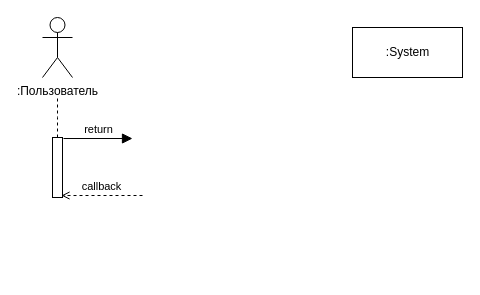
Above: page "Page-3" (3 of 3) of ПИС/ПИС_П/laba_2.2.drawio in ISMAKOVA/SEMESTR_5 (draw.io), before the change. Source tidied: cells renumbered, new cells numbered last; positions are measured from the earlier drawing's top-left corner, leaving out a move shared by most shapes. Both pictures are drawn from the tidied source at 100%, with x=0, y=0 at pixel (42, 17).
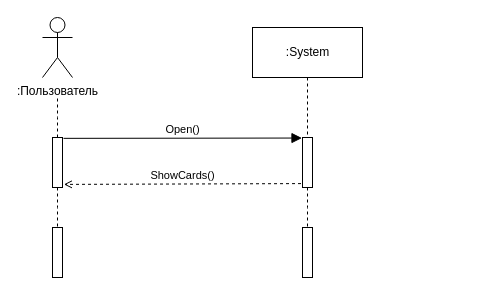
After the change.

Change to the diagram source:
```diff
@@
 <mxGraphModel>
   <root>
     <mxCell id="0" />
     <mxCell id="1" parent="0" />
     <mxCell id="2" value=":Пользователь" style="shape=umlActor;verticalLabelPosition=bottom;verticalAlign=top;html=1;" parent="1" vertex="1">
       <mxGeometry width="30" height="60" as="geometry" />
     </mxCell>
+    <mxCell id="8" style="edgeStyle=orthogonalEdgeStyle;rounded=0;jettySize=auto;html=1;entryX=0.5;entryY=0;entryDx=0;entryDy=0;entryPerimeter=0;endArrow=none;endFill=0;dashed=1;" parent="1" edge="1" source="3" target="11">
+      <mxGeometry relative="1" as="geometry" />
+    </mxCell>
     <mxCell id="3" value=":System" style="html=1;" parent="1" vertex="1">
-      <mxGeometry x="310" y="10" width="110" height="50" as="geometry" />
+      <mxGeometry x="210" y="10" width="110" height="50" as="geometry" />
     </mxCell>
     <mxCell id="4" style="edgeStyle=orthogonalEdgeStyle;rounded=0;jettySize=auto;html=1;dashed=1;endArrow=none;endFill=0;" parent="1" edge="1" source="5">
       <mxGeometry relative="1" as="geometry">
         <mxPoint x="15" y="80" as="targetPoint" />
       </mxGeometry>
     </mxCell>
+    <mxCell id="9" style="edgeStyle=orthogonalEdgeStyle;rounded=0;jettySize=auto;html=1;dashed=1;endArrow=none;endFill=0;" parent="1" edge="1" source="5">
+      <mxGeometry relative="1" as="geometry">
+        <mxPoint x="15" y="210" as="targetPoint" />
+      </mxGeometry>
+    </mxCell>
     <mxCell id="5" style="html=1;points=[];perimeter=orthogonalPerimeter;" parent="1" vertex="1">
-      <mxGeometry x="10" y="120" width="10" height="60" as="geometry" />
+      <mxGeometry x="10" y="120" width="10" height="50" as="geometry" />
     </mxCell>
-    <mxCell id="6" value="callback" style="html=1;verticalAlign=bottom;endArrow=open;entryX=0.9;entryY=0.967;dashed=1;endFill=0;entryDx=0;entryDy=0;entryPerimeter=0;" parent="1" edge="1" target="5">
-      <mxGeometry relative="1" as="geometry">
-        <mxPoint x="100" y="178" as="sourcePoint" />
-      </mxGeometry>
+    <mxCell id="6" value="ShowCards()" style="html=1;verticalAlign=bottom;endArrow=open;dashed=1;endFill=0;exitX=-0.148;exitY=0.922;exitDx=0;exitDy=0;exitPerimeter=0;entryX=1.138;entryY=0.938;entryDx=0;entryDy=0;entryPerimeter=0;" parent="1" edge="1" source="11" target="5">
+      <mxGeometry relative="1" as="geometry" />
     </mxCell>
-    <mxCell id="7" value="return" style="html=1;verticalAlign=bottom;endArrow=block;endSize=8;endFill=1;exitX=1.1;exitY=0.017;exitDx=0;exitDy=0;exitPerimeter=0;" parent="1" edge="1" source="5">
-      <mxGeometry relative="1" as="geometry">
-        <mxPoint x="90" y="121" as="targetPoint" />
-      </mxGeometry>
+    <mxCell id="7" value="Open()" style="html=1;verticalAlign=bottom;endArrow=block;endSize=8;endFill=1;exitX=1.1;exitY=0.017;exitDx=0;exitDy=0;exitPerimeter=0;entryX=-0.052;entryY=0.011;entryDx=0;entryDy=0;entryPerimeter=0;" parent="1" edge="1" source="5" target="11">
+      <mxGeometry relative="1" as="geometry" />
     </mxCell>
+    <mxCell id="10" style="edgeStyle=orthogonalEdgeStyle;rounded=0;jettySize=auto;html=1;dashed=1;endArrow=none;endFill=0;" parent="1" edge="1" source="11">
+      <mxGeometry relative="1" as="geometry">
+        <mxPoint x="265" y="210" as="targetPoint" />
+      </mxGeometry>
+    </mxCell>
+    <mxCell id="11" style="html=1;points=[];perimeter=orthogonalPerimeter;" parent="1" vertex="1">
+      <mxGeometry x="260" y="120" width="10" height="50" as="geometry" />
+    </mxCell>
+    <mxCell id="12" style="html=1;perimeter=orthogonalPerimeter;" parent="1" vertex="1">
+      <mxGeometry x="10" y="210" width="10" height="50" as="geometry" />
+    </mxCell>
+    <mxCell id="13" style="html=1;perimeter=orthogonalPerimeter;" parent="1" vertex="1">
+      <mxGeometry x="260" y="210" width="10" height="50" as="geometry" />
+    </mxCell>
   </root>
 </mxGraphModel>
```
